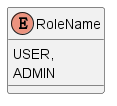
Before: src/main/java/com/example/simpletodosmanager/uml/diagram.png, a diagram exported from PlantUML (RepublicHo/simple-todos-manager).
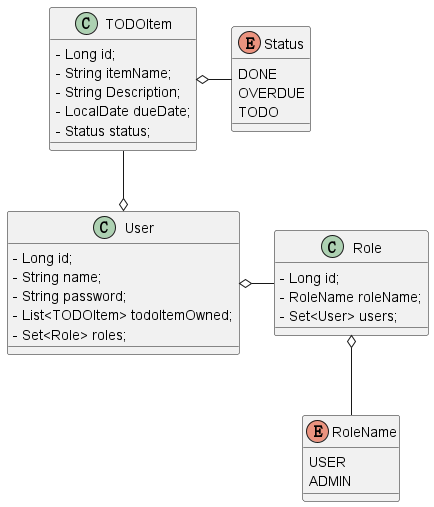
Later version of the same file.

What changed in the source:
```diff
@@ -1,7 +1,43 @@
 @startuml
 
+Role o-- RoleName
+User o- Role
+TODOItem --o User
+TODOItem o- Status
+
 enum RoleName{
-    USER,
+    USER
     ADMIN
 }
+
+enum Status{
+    DONE
+    OVERDUE
+    TODO
+}
+
+
+class Role{
+<plain>- Long id;
+<plain>- RoleName roleName;
+<plain>- Set<User> users;
+}
+
+class User{
+<plain>- Long id;
+<plain>- String name;
+<plain>- String password;
+<plain>- List<TODOItem> todoItemOwned;
+<plain>- Set<Role> roles;
+
+}
+
+class TODOItem{
+<plain>- Long id;
+<plain>- String itemName;
+<plain>- String Description;
+<plain>- LocalDate dueDate;
+<plain>- Status status;
+
+}
 @enduml
```
